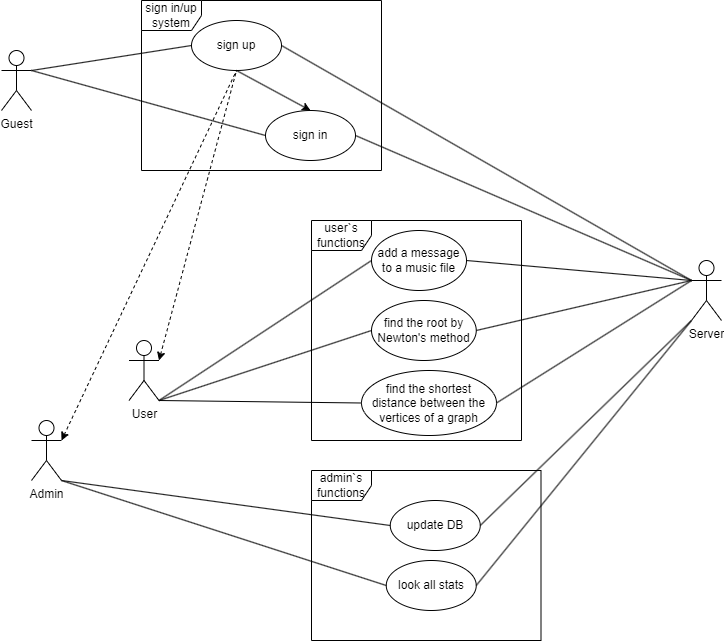
Above: UseCase_diagram.png in DenisMartyanov01/TaMP (draw.io), before the change. Source tidied: cells renumbered, new cells last; positions are measured from the earlier drawing's top-left corner, leaving out a move shared by most shapes.
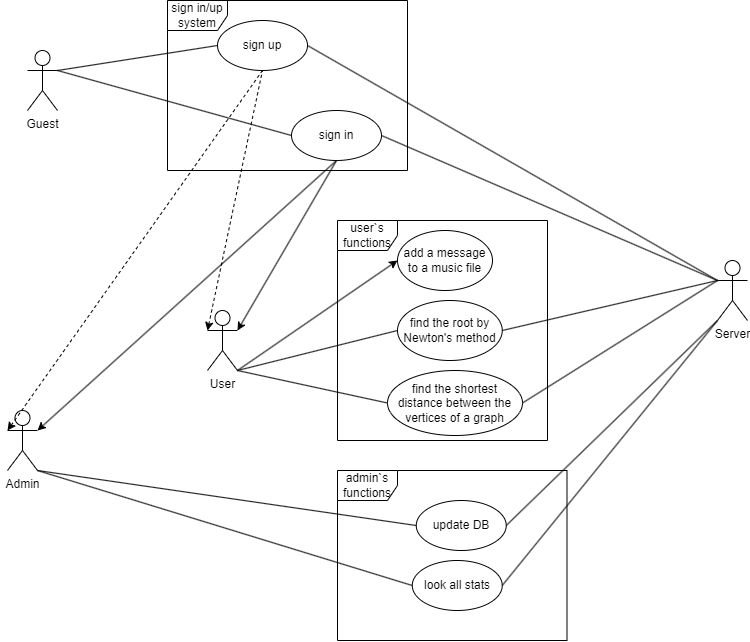
After the commit.

Change to the diagram source:
```diff
@@ -6,10 +6,10 @@
       <mxGeometry y="50" width="30" height="60" as="geometry" />
     </mxCell>
     <mxCell id="3" value="User" style="shape=umlActor;verticalLabelPosition=bottom;verticalAlign=top;html=1;outlineConnect=0;" parent="1" vertex="1">
-      <mxGeometry x="127.5" y="340" width="30" height="60" as="geometry" />
+      <mxGeometry x="180" y="310" width="30" height="60" as="geometry" />
     </mxCell>
     <mxCell id="4" value="Admin" style="shape=umlActor;verticalLabelPosition=bottom;verticalAlign=top;html=1;outlineConnect=0;" parent="1" vertex="1">
-      <mxGeometry x="30" y="420" width="30" height="60" as="geometry" />
+      <mxGeometry x="-20" y="410" width="30" height="60" as="geometry" />
     </mxCell>
     <mxCell id="5" value="sign in" style="ellipse;whiteSpace=wrap;html=1;" parent="1" vertex="1">
       <mxGeometry x="264" y="110" width="90" height="50" as="geometry" />
@@ -32,24 +32,18 @@
     <mxCell id="11" style="endArrow=none;html=1;rounded=0;exitX=1;exitY=0.5;exitDx=0;exitDy=0;entryX=0;entryY=0.3333333333333333;entryDx=0;entryDy=0;entryPerimeter=0;" parent="1" edge="1" source="5" target="7">
       <mxGeometry relative="1" as="geometry" />
     </mxCell>
-    <mxCell id="12" style="endArrow=none;html=1;rounded=0;entryX=0.5;entryY=1;entryDx=0;entryDy=0;exitX=0.5;exitY=0;exitDx=0;exitDy=0;startArrow=classic;startFill=1;" parent="1" edge="1" source="5" target="6">
-      <mxGeometry relative="1" as="geometry" />
-    </mxCell>
     <mxCell id="13" value="add a message to a music file" style="ellipse;whiteSpace=wrap;html=1;" parent="1" vertex="1">
       <mxGeometry x="370" y="230" width="95" height="60" as="geometry" />
     </mxCell>
     <mxCell id="14" value="find the shortest distance between the vertices of a graph" style="ellipse;whiteSpace=wrap;html=1;" parent="1" vertex="1">
       <mxGeometry x="360" y="370" width="135" height="65" as="geometry" />
     </mxCell>
-    <mxCell id="15" style="endArrow=none;html=1;rounded=0;exitX=1;exitY=1;exitDx=0;exitDy=0;exitPerimeter=0;entryX=0;entryY=0.5;entryDx=0;entryDy=0;" parent="1" edge="1" source="3" target="13">
+    <mxCell id="15" style="endArrow=classic;html=1;rounded=0;exitX=1;exitY=1;exitDx=0;exitDy=0;exitPerimeter=0;entryX=0;entryY=0.5;entryDx=0;entryDy=0;endFill=1;" parent="1" edge="1" source="3" target="13">
       <mxGeometry relative="1" as="geometry" />
     </mxCell>
     <mxCell id="16" style="endArrow=none;html=1;rounded=0;exitX=1;exitY=1;exitDx=0;exitDy=0;exitPerimeter=0;entryX=0;entryY=0.5;entryDx=0;entryDy=0;" parent="1" edge="1" source="3" target="14">
       <mxGeometry relative="1" as="geometry" />
     </mxCell>
-    <mxCell id="17" style="endArrow=none;html=1;rounded=0;entryX=1;entryY=0.5;entryDx=0;entryDy=0;exitX=0;exitY=0.3333333333333333;exitDx=0;exitDy=0;exitPerimeter=0;" parent="1" edge="1" source="7" target="13">
-      <mxGeometry relative="1" as="geometry" />
-    </mxCell>
     <mxCell id="18" style="endArrow=none;html=1;rounded=0;entryX=1;entryY=0.5;entryDx=0;entryDy=0;exitX=0;exitY=0.3333333333333333;exitDx=0;exitDy=0;exitPerimeter=0;" parent="1" edge="1" source="7" target="14">
       <mxGeometry relative="1" as="geometry" />
     </mxCell>
@@ -89,11 +83,17 @@
     <mxCell id="30" style="endArrow=none;html=1;rounded=0;entryX=1;entryY=0.5;entryDx=0;entryDy=0;exitX=0;exitY=0.3333333333333333;exitDx=0;exitDy=0;exitPerimeter=0;" parent="1" edge="1" source="7" target="28">
       <mxGeometry relative="1" as="geometry" />
     </mxCell>
-    <mxCell id="31" style="endArrow=none;dashed=1;html=1;rounded=0;entryX=0.5;entryY=1;entryDx=0;entryDy=0;exitX=1;exitY=0.3333333333333333;exitDx=0;exitDy=0;exitPerimeter=0;startArrow=classic;startFill=1;" parent="1" edge="1" source="4" target="6">
+    <mxCell id="31" style="endArrow=none;dashed=1;html=1;rounded=0;entryX=0.5;entryY=1;entryDx=0;entryDy=0;exitX=0;exitY=0.3333333333333333;exitDx=0;exitDy=0;exitPerimeter=0;startArrow=classic;startFill=1;" parent="1" edge="1" source="4" target="6">
       <mxGeometry relative="1" as="geometry" />
     </mxCell>
-    <mxCell id="32" style="endArrow=none;dashed=1;html=1;rounded=0;entryX=0.5;entryY=1;entryDx=0;entryDy=0;exitX=1;exitY=0.3333333333333333;exitDx=0;exitDy=0;exitPerimeter=0;startArrow=classic;startFill=1;" parent="1" edge="1" source="3" target="6">
+    <mxCell id="32" style="endArrow=none;dashed=1;html=1;rounded=0;entryX=0.5;entryY=1;entryDx=0;entryDy=0;exitX=0;exitY=0.3333333333333333;exitDx=0;exitDy=0;exitPerimeter=0;startArrow=classic;startFill=1;" parent="1" edge="1" source="3" target="6">
       <mxGeometry relative="1" as="geometry" />
     </mxCell>
+    <mxCell id="33" style="endArrow=classic;html=1;rounded=0;entryX=1;entryY=0.3333333333333333;entryDx=0;entryDy=0;entryPerimeter=0;exitX=0.5;exitY=1;exitDx=0;exitDy=0;" parent="1" edge="1" source="5" target="3">
+      <mxGeometry relative="1" as="geometry" />
+    </mxCell>
+    <mxCell id="34" style="endArrow=classic;html=1;rounded=0;entryX=1;entryY=0.3333333333333333;entryDx=0;entryDy=0;entryPerimeter=0;exitX=0.5;exitY=1;exitDx=0;exitDy=0;" parent="1" edge="1" source="5" target="4">
+      <mxGeometry relative="1" as="geometry" />
+    </mxCell>
   </root>
 </mxGraphModel>
```
